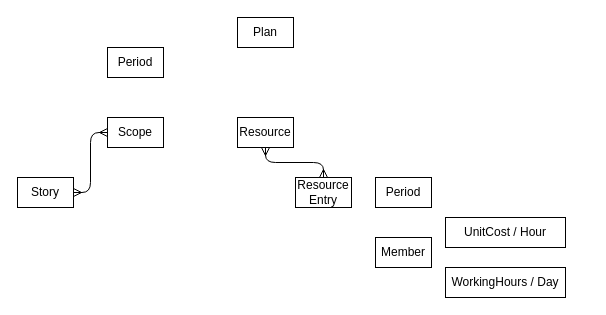
This is picture/agile-planning.drawio from sasachichito/knowledge, a draw.io file, before an edit. Source tidied: cells renumbered, new cells numbered last; positions are measured from the earlier drawing's top-left corner, leaving out a move shared by most shapes. Both pictures are drawn from the tidied source at 100%, with x=0, y=0 at pixel (17, 17).
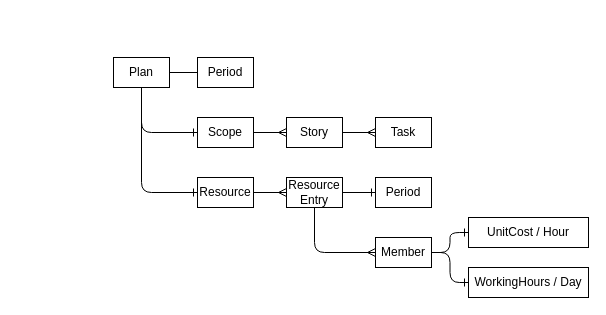
After the change.

Commit message:
agile-planning.drawio を更新します

The change refers to these unchanged cells:
```xml
<mxCell id="6" value="Member" style="rounded=0;whiteSpace=wrap;html=1;" parent="1" vertex="1">
  <mxGeometry x="358" y="220" width="56" height="30" as="geometry" />
</mxCell>
<mxCell id="11" value="Period" style="rounded=0;whiteSpace=wrap;html=1;" parent="1" vertex="1">
  <mxGeometry x="358" y="160" width="56" height="30" as="geometry" />
</mxCell>
```

What changed in the source:
```diff
@@
     <mxCell id="2" value="Scope" style="rounded=0;whiteSpace=wrap;html=1;" parent="1" vertex="1">
-      <mxGeometry x="90" y="100" width="56" height="30" as="geometry" />
+      <mxGeometry x="180" y="100" width="56" height="30" as="geometry" />
     </mxCell>
     <mxCell id="3" value="Story" style="rounded=0;whiteSpace=wrap;html=1;" parent="1" vertex="1">
-      <mxGeometry y="160" width="56" height="30" as="geometry" />
+      <mxGeometry x="269" y="100" width="56" height="30" as="geometry" />
     </mxCell>
     <mxCell id="4" value="Resource" style="rounded=0;whiteSpace=wrap;html=1;" parent="1" vertex="1">
-      <mxGeometry x="220" y="100" width="56" height="30" as="geometry" />
+      <mxGeometry x="180" y="160" width="56" height="30" as="geometry" />
     </mxCell>
     <mxCell id="5" value="Period" style="rounded=0;whiteSpace=wrap;html=1;" parent="1" vertex="1">
-      <mxGeometry x="90" y="30" width="56" height="30" as="geometry" />
+      <mxGeometry x="180" y="40" width="56" height="30" as="geometry" />
     </mxCell>
@@
     <mxCell id="7" value="UnitCost / Hour" style="rounded=0;whiteSpace=wrap;html=1;" parent="1" vertex="1">
-      <mxGeometry x="428" y="200" width="120" height="30" as="geometry" />
+      <mxGeometry x="451" y="200" width="120" height="30" as="geometry" />
     </mxCell>
     <mxCell id="8" value="WorkingHours / Day" style="rounded=0;whiteSpace=wrap;html=1;" parent="1" vertex="1">
-      <mxGeometry x="428" y="250" width="120" height="30" as="geometry" />
+      <mxGeometry x="451" y="250" width="120" height="30" as="geometry" />
     </mxCell>
-    <mxCell id="9" style="fontSize=12;html=1;endArrow=ERmany;startArrow=ERmany;exitX=1;exitY=0.5;exitDx=0;exitDy=0;entryX=0;entryY=0.5;entryDx=0;entryDy=0;edgeStyle=orthogonalEdgeStyle;" parent="1" edge="1" source="3" target="2">
+    <mxCell id="9" style="fontSize=12;html=1;endArrow=none;startArrow=ERmany;exitX=0;exitY=0.5;exitDx=0;exitDy=0;entryX=1;entryY=0.5;entryDx=0;entryDy=0;edgeStyle=orthogonalEdgeStyle;endFill=0;" parent="1" edge="1" source="3" target="2">
       <mxGeometry relative="1" as="geometry" />
     </mxCell>
     <mxCell id="10" value="Resource&lt;br&gt;Entry" style="rounded=0;whiteSpace=wrap;html=1;" parent="1" vertex="1">
-      <mxGeometry x="278" y="160" width="56" height="30" as="geometry" />
+      <mxGeometry x="269" y="160" width="56" height="30" as="geometry" />
     </mxCell>
@@
     <mxCell id="12" value="Plan" style="rounded=0;whiteSpace=wrap;html=1;" parent="1" vertex="1">
-      <mxGeometry x="220" width="56" height="30" as="geometry" />
+      <mxGeometry x="96" y="40" width="56" height="30" as="geometry" />
     </mxCell>
-    <mxCell id="13" style="fontSize=12;html=1;endArrow=ERmany;startArrow=ERmany;entryX=0.5;entryY=1;entryDx=0;entryDy=0;exitX=0.5;exitY=0;exitDx=0;exitDy=0;edgeStyle=orthogonalEdgeStyle;" parent="1" edge="1" source="10" target="4">
+    <mxCell id="13" style="fontSize=12;html=1;endArrow=none;startArrow=ERmany;entryX=1;entryY=0.5;entryDx=0;entryDy=0;exitX=0;exitY=0.5;exitDx=0;exitDy=0;edgeStyle=orthogonalEdgeStyle;endFill=0;" parent="1" edge="1" source="10" target="4">
       <mxGeometry relative="1" as="geometry" />
     </mxCell>
+    <mxCell id="14" style="edgeStyle=orthogonalEdgeStyle;fontSize=12;html=1;endArrow=ERone;endFill=1;exitX=1;exitY=0.5;exitDx=0;exitDy=0;entryX=0;entryY=0.5;entryDx=0;entryDy=0;" parent="1" edge="1" source="10" target="11">
+      <mxGeometry relative="1" as="geometry" />
+    </mxCell>
+    <mxCell id="15" style="edgeStyle=orthogonalEdgeStyle;fontSize=12;html=1;endArrow=ERone;endFill=1;entryX=0;entryY=0.5;entryDx=0;entryDy=0;exitX=1;exitY=0.5;exitDx=0;exitDy=0;" parent="1" edge="1" source="6" target="7">
+      <mxGeometry relative="1" as="geometry" />
+    </mxCell>
+    <mxCell id="16" style="edgeStyle=orthogonalEdgeStyle;fontSize=12;html=1;endArrow=ERone;endFill=1;entryX=0;entryY=0.5;entryDx=0;entryDy=0;exitX=1;exitY=0.5;exitDx=0;exitDy=0;" parent="1" edge="1" source="6" target="8">
+      <mxGeometry relative="1" as="geometry" />
+    </mxCell>
+    <mxCell id="17" style="edgeStyle=orthogonalEdgeStyle;fontSize=12;html=1;endArrow=ERone;endFill=1;entryX=0;entryY=0.5;entryDx=0;entryDy=0;exitX=0.5;exitY=1;exitDx=0;exitDy=0;" parent="1" edge="1" source="12" target="2">
+      <mxGeometry relative="1" as="geometry" />
+    </mxCell>
+    <mxCell id="18" style="edgeStyle=orthogonalEdgeStyle;fontSize=12;html=1;endArrow=ERone;endFill=1;entryX=0;entryY=0.5;entryDx=0;entryDy=0;exitX=0.5;exitY=1;exitDx=0;exitDy=0;" parent="1" edge="1" source="12" target="4">
+      <mxGeometry relative="1" as="geometry" />
+    </mxCell>
+    <mxCell id="19" style="endArrow=none;html=1;rounded=0;exitX=1;exitY=0.5;exitDx=0;exitDy=0;entryX=0;entryY=0.5;entryDx=0;entryDy=0;" parent="1" edge="1" source="12" target="5">
+      <mxGeometry relative="1" as="geometry" />
+    </mxCell>
+    <mxCell id="20" style="fontSize=12;html=1;endArrow=none;startArrow=ERmany;entryX=0.5;entryY=1;entryDx=0;entryDy=0;exitX=0;exitY=0.5;exitDx=0;exitDy=0;edgeStyle=orthogonalEdgeStyle;endFill=0;" parent="1" edge="1" source="6" target="10">
+      <mxGeometry relative="1" as="geometry" />
+    </mxCell>
+    <mxCell id="21" value="Task" style="rounded=0;whiteSpace=wrap;html=1;" parent="1" vertex="1">
+      <mxGeometry x="358" y="100" width="56" height="30" as="geometry" />
+    </mxCell>
+    <mxCell id="22" style="fontSize=12;html=1;endArrow=none;startArrow=ERmany;exitX=0;exitY=0.5;exitDx=0;exitDy=0;edgeStyle=orthogonalEdgeStyle;endFill=0;entryX=1;entryY=0.5;entryDx=0;entryDy=0;" parent="1" edge="1" source="21" target="3">
+      <mxGeometry relative="1" as="geometry" />
+    </mxCell>
```
